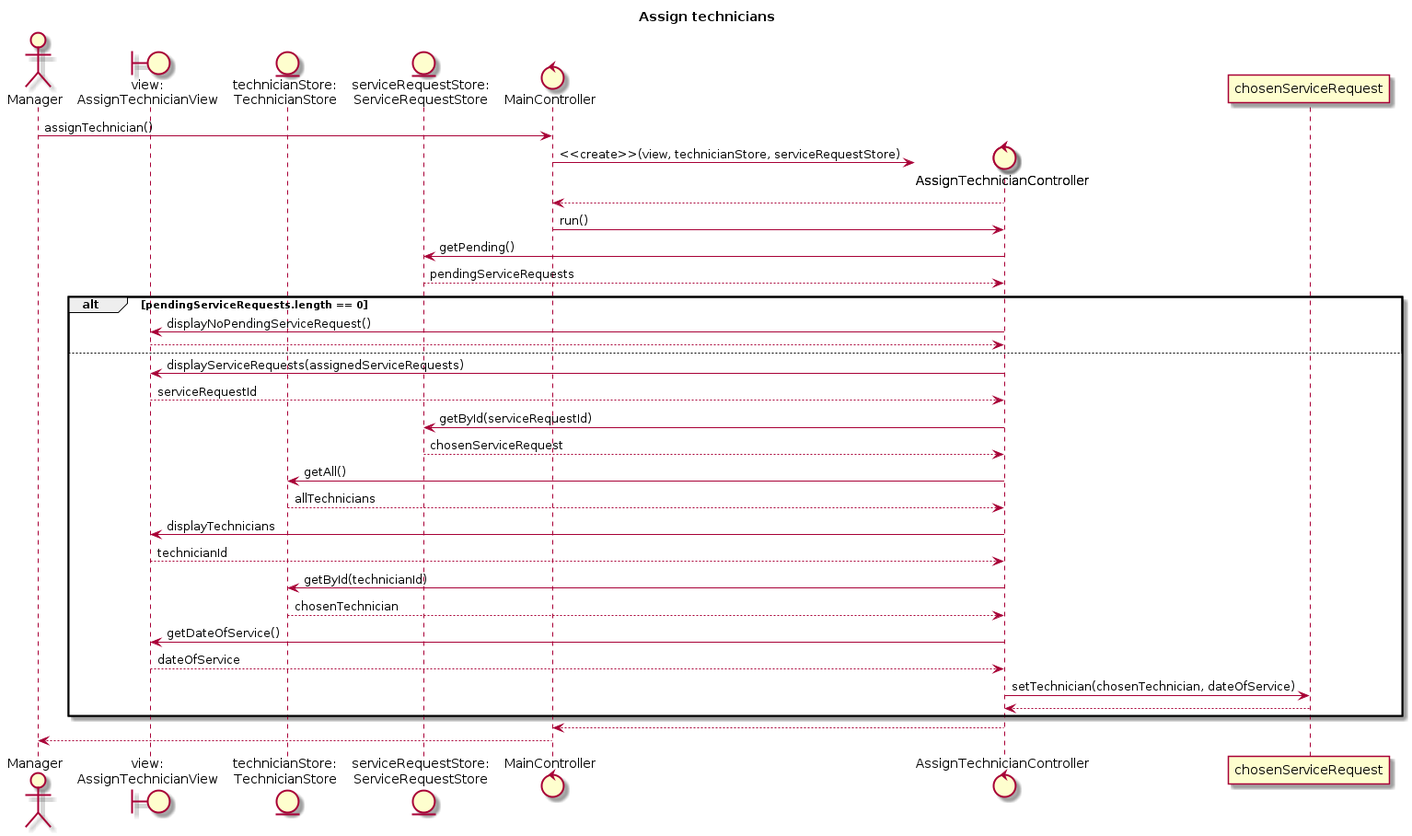
Before: sequence-diagrams/assignTechnicians.png, a diagram exported from PlantUML (wongjiahau/software-design-assignment).
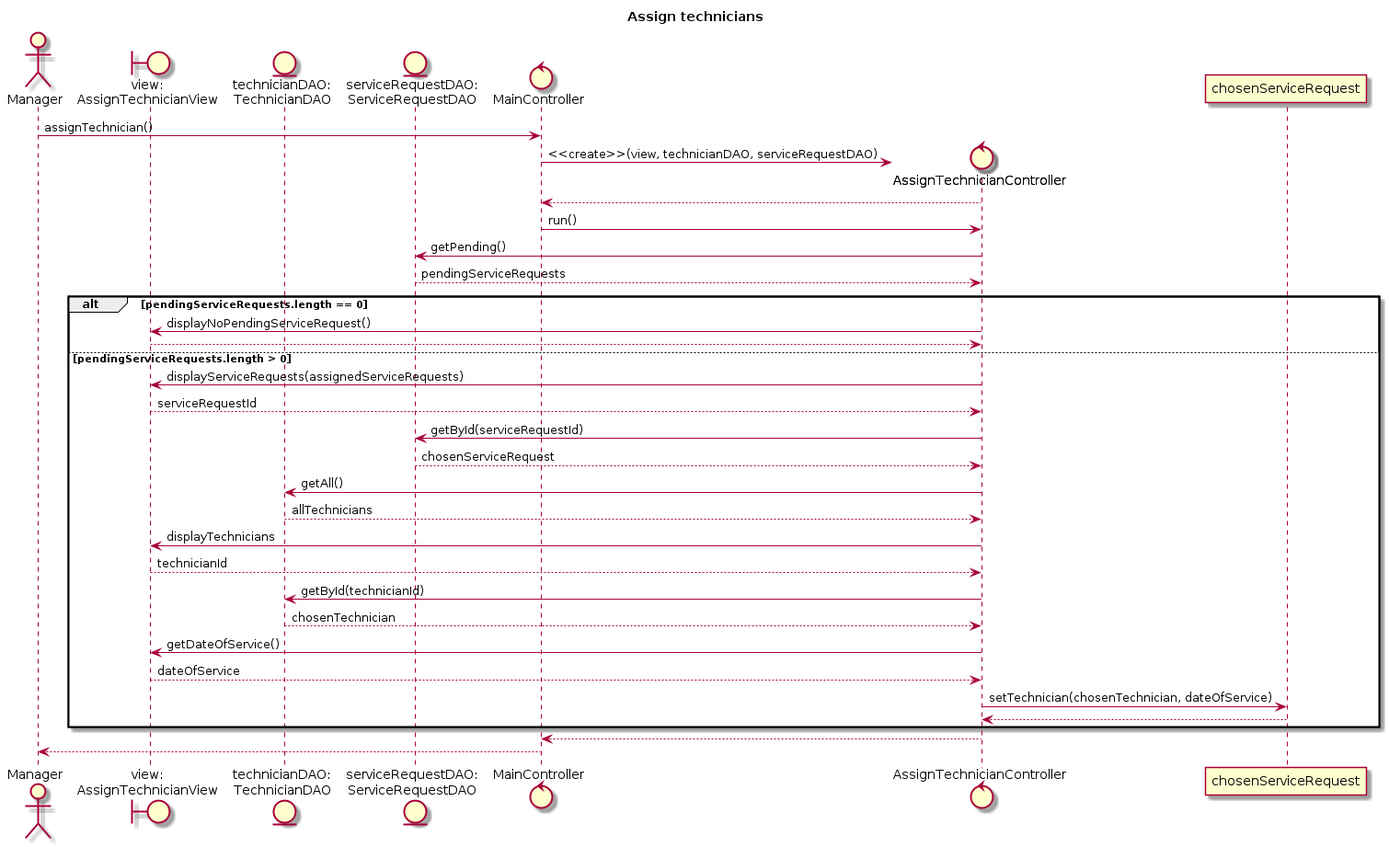
Later version of the same file.

The edit, as a diff of the source:
```diff
@@ -2,31 +2,31 @@
 title Assign technicians
 actor Manager
 boundary "view:\nAssignTechnicianView" as view
-entity "technicianStore:\nTechnicianStore" as tstore
-entity "serviceRequestStore:\nServiceRequestStore" as srstore
+entity "technicianDAO:\nTechnicianDAO" as tDAO
+entity "serviceRequestDAO:\nServiceRequestDAO" as srDAO
 control MainController
 
 Manager -> MainController : assignTechnician()
 create control AssignTechnicianController as controller
-MainController -> controller : <<create>>(view, technicianStore, serviceRequestStore)
+MainController -> controller : <<create>>(view, technicianDAO, serviceRequestDAO)
 controller --> MainController
 MainController -> controller : run()
-controller -> srstore : getPending()
-srstore --> controller : pendingServiceRequests
+controller -> srDAO : getPending()
+srDAO --> controller : pendingServiceRequests
 alt pendingServiceRequests.length == 0
     controller -> view : displayNoPendingServiceRequest()
     view --> controller
-else
+else pendingServiceRequests.length > 0
     controller -> view : displayServiceRequests(assignedServiceRequests)
     view --> controller : serviceRequestId
-    controller -> srstore : getById(serviceRequestId)
-    srstore --> controller : chosenServiceRequest
-    controller -> tstore : getAll()
-    tstore --> controller : allTechnicians
+    controller -> srDAO : getById(serviceRequestId)
+    srDAO --> controller : chosenServiceRequest
+    controller -> tDAO : getAll()
+    tDAO --> controller : allTechnicians
     controller -> view : displayTechnicians
     view --> controller : technicianId
-    controller -> tstore : getById(technicianId)
-    tstore --> controller : chosenTechnician
+    controller -> tDAO : getById(technicianId)
+    tDAO --> controller : chosenTechnician
     controller -> view : getDateOfService()
     view --> controller : dateOfService
     controller -> chosenServiceRequest : setTechnician(chosenTechnician, dateOfService)
```
